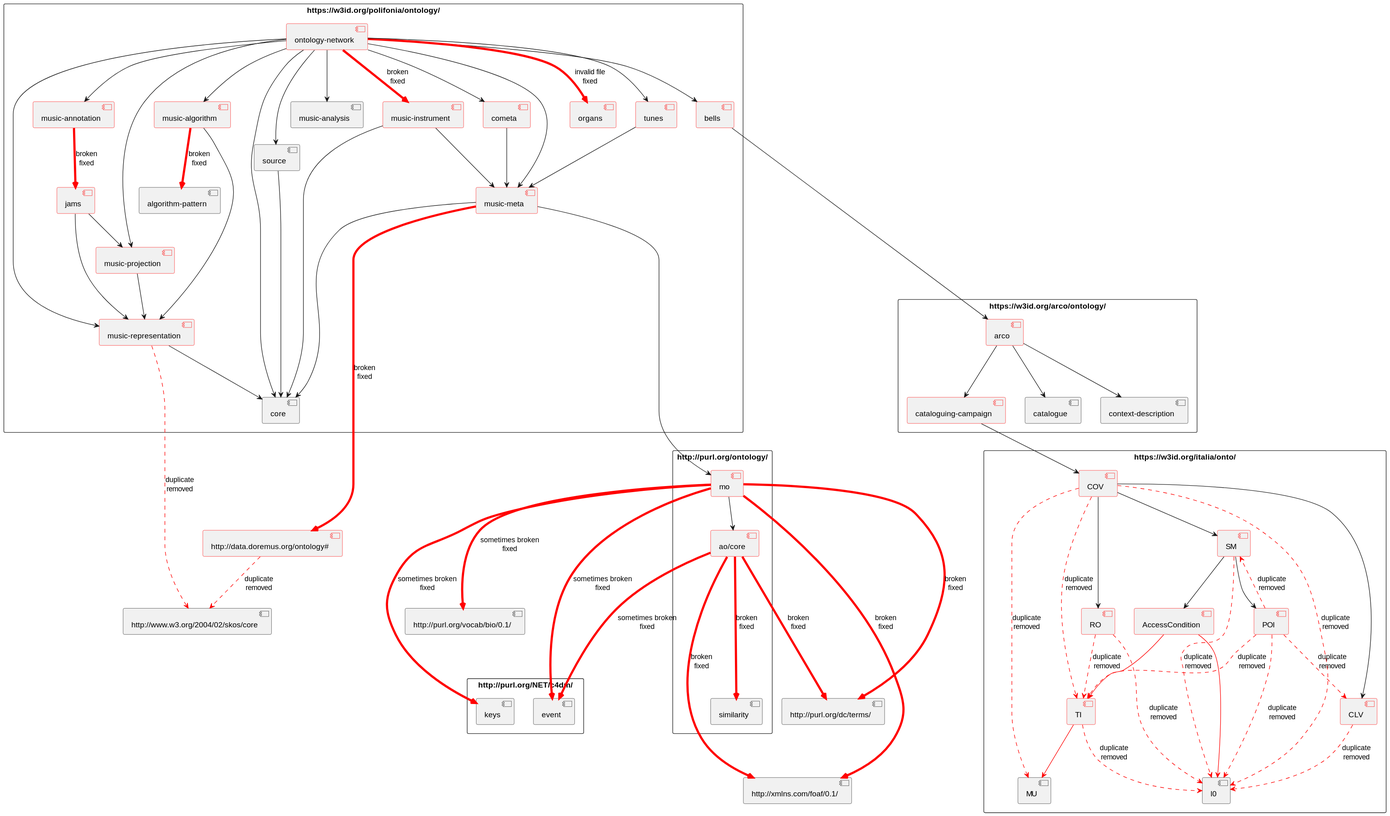
Earlier version of the PlantUML export polifonia/owl-imports-graph.svg (Danysan1/unibo-ke-matching-ontologies).
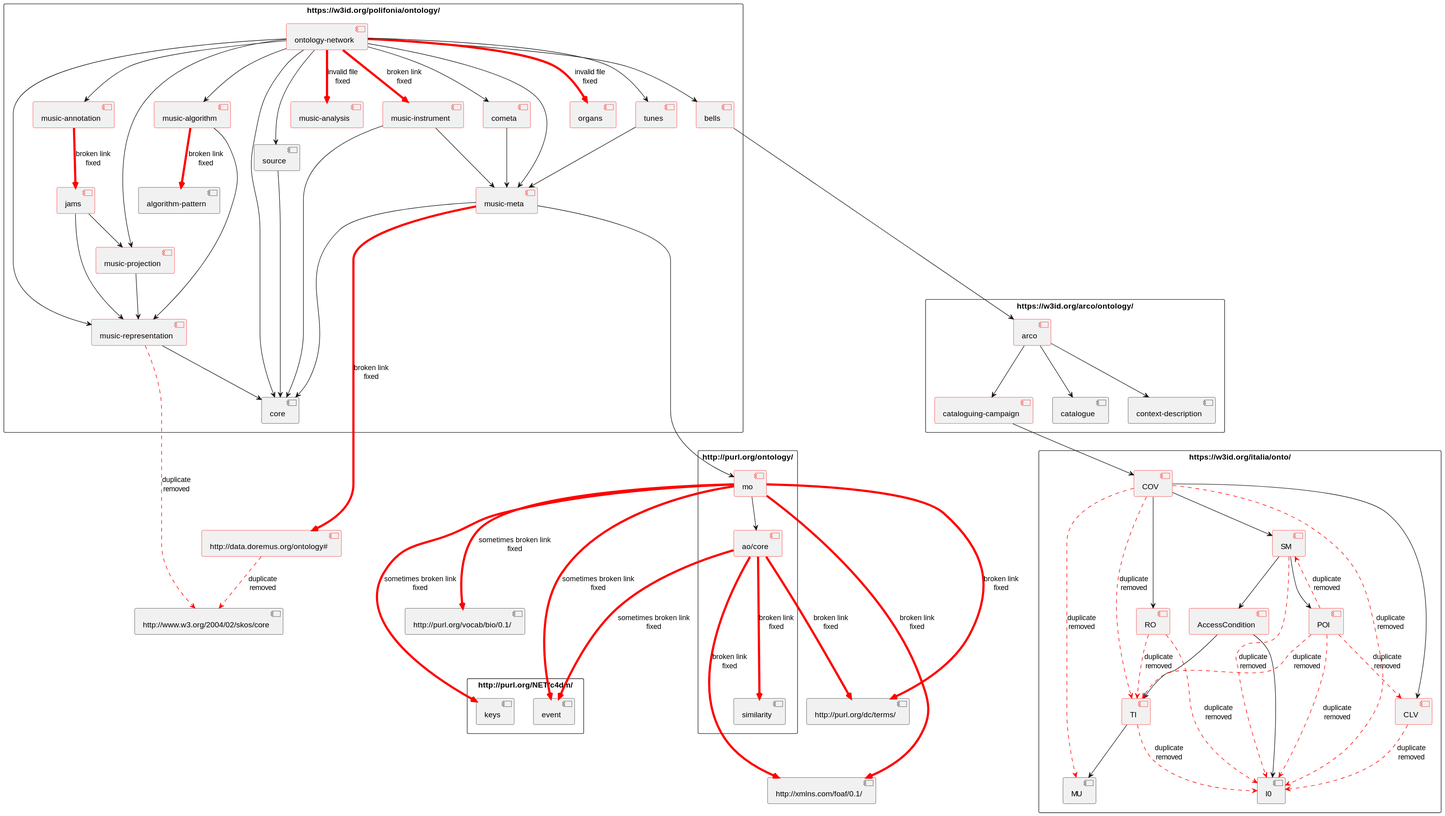
The same file after the commit.

Commit message:
Fix music-analysis

Change to the diagram source:
```diff
@@ -8,7 +8,7 @@
     [music-instrument] as instrument #line:red
     [music-algorithm] as algorithm #line:red
     [music-annotation] as annotation #line:red
-    [music-analysis] as analysis
+    [music-analysis] as analysis #line:red
     [music-meta] as meta #line:red
     [music-projection] as projection #line:red
     [music-representation] as representation #line:red
@@ -21,9 +21,9 @@
     network --> bells
     network --> cometa
     network --> core
-    network -[#red,thickness=4]-> instrument: broken\nfixed
+    network -[#red,thickness=4]-> instrument: broken link\nfixed
     network --> algorithm
-    network --> analysis
+    network  -[#red,thickness=4]-> analysis: invalid file\nfixed
     network --> annotation
     network --> meta
     network --> projection
@@ -42,9 +42,8 @@
     tunes --> meta
     cometa --> meta
     source --> core
-
-    annotation -[#red,thickness=4]-> jams: broken\nfixed
-    algorithm -[#red,thickness=4]-> pattern: broken\nfixed
+    annotation -[#red,thickness=4]-> jams: broken link\nfixed
+    algorithm -[#red,thickness=4]-> pattern: broken link\nfixed
 }
 
 rectangle "http://purl.org/ontology/" {
@@ -77,10 +76,10 @@
     [l0]
     [POI] #line:red
 
-    AccessCondition -[#red]-> l0
-    AccessCondition -[#red]-> TI
+    AccessCondition --> l0
+    AccessCondition --> TI
     TI -[#red,dashed]-> l0 : duplicate\nremoved
-    TI -[#red]-> MU
+    TI --> MU
     COV --> CLV
     COV -[#red,dashed]-> MU: duplicate\nremoved
     COV --> RO
@@ -110,22 +109,22 @@
 [http://www.w3.org/2004/02/skos/core] as skos
 [http://purl.org/vocab/bio/0.1/] as bio
 
-meta -[#red,thickness=4]-----> doremus: broken\nfixed
+meta -[#red,thickness=4]-----> doremus: broken link\nfixed
 
-ao_core -[#red,thickness=4]--> musim: broken\nfixed
-ao_core -[#red,thickness=4]--> terms: broken\nfixed
-mo -[#red,thickness=4]--> terms: broken\nfixed
-mo -[#red,thickness=4]--> foaf: broken\nfixed
-ao_core -[#red,thickness=4]---> foaf: broken\nfixed
+ao_core -[#red,thickness=4]--> musim: broken link\nfixed
+ao_core -[#red,thickness=4]--> terms: broken link\nfixed
+mo -[#red,thickness=4]--> terms: broken link\nfixed
+mo -[#red,thickness=4]--> foaf: broken link\nfixed
+ao_core -[#red,thickness=4]---> foaf: broken link\nfixed
 
 meta -----> mo
 bells ----> arco
 campaign --> COV
 
-ao_core -[#red,thickness=4]--> event: sometimes broken\nfixed
-mo -[#red,thickness=4]--> event: sometimes broken\nfixed
-mo -[#red,thickness=4]--> keys: sometimes broken\nfixed
-mo -[#red,thickness=4]--> bio: sometimes broken\nfixed
+ao_core -[#red,thickness=4]--> event: sometimes broken link\nfixed
+mo -[#red,thickness=4]--> event: sometimes broken link\nfixed
+mo -[#red,thickness=4]--> keys: sometimes broken link\nfixed
+mo -[#red,thickness=4]--> bio: sometimes broken link\nfixed
 
 doremus -[#red,dashed]-> skos: duplicate\nremoved
 representation -[#red,dashed]-> skos: duplicate\nremoved
```
